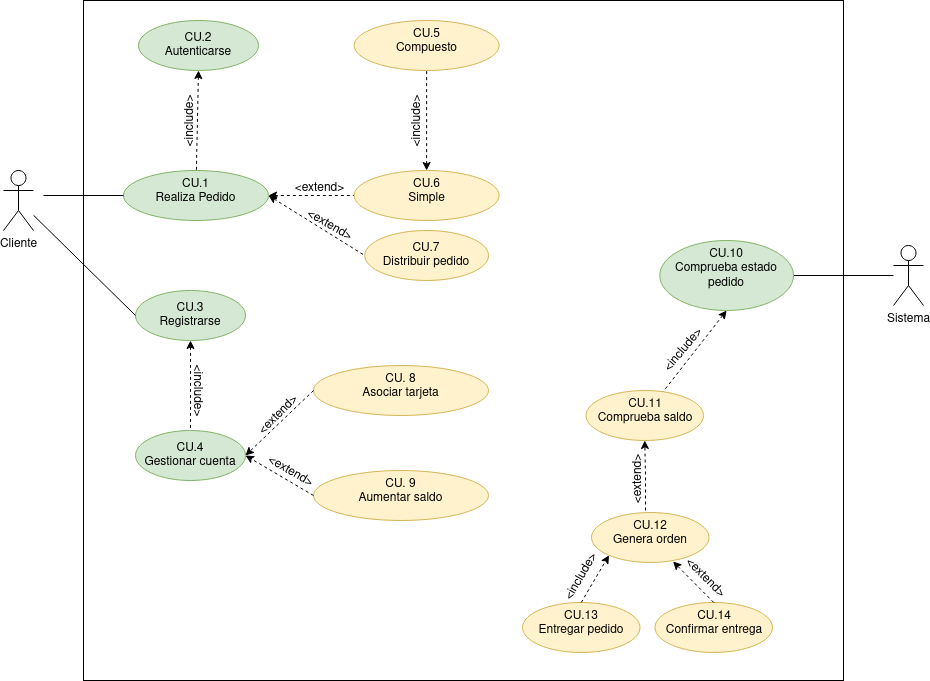
Above: Tareas/casosUso/Tarea5-Tienda Virtual/TiendaVirtual.drawio.png in colidom/ets (draw.io), before the change. Source tidied: cells renumbered, new cells last; positions are measured from the earlier drawing's top-left corner, leaving out a move shared by most shapes.
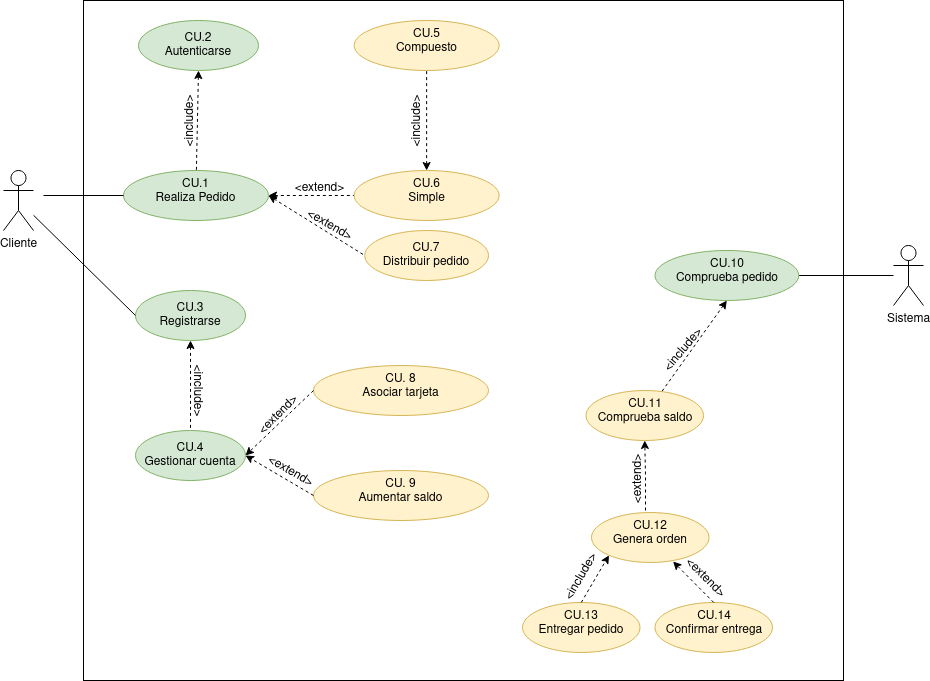
Later version of the same file.

Diff of the diagram source:
```diff
@@ -87,8 +87,8 @@
     <mxCell id="28" style="edgeStyle=none;rounded=0;jettySize=auto;html=1;dashed=1;startArrow=classic;startFill=1;endArrow=none;endFill=0;exitX=0.5;exitY=1;exitDx=0;exitDy=0;" parent="1" edge="1" source="29" target="30">
       <mxGeometry relative="1" as="geometry" />
     </mxCell>
-    <mxCell id="29" value="CU.10&lt;br&gt;Comprueba estado pedido" style="ellipse;whiteSpace=wrap;html=1;verticalAlign=top;fillColor=#d5e8d4;strokeColor=#82b366;" parent="1" vertex="1">
-      <mxGeometry x="656.2" y="240" width="133.8" height="70" as="geometry" />
+    <mxCell id="29" value="CU.10&lt;br&gt;Comprueba pedido" style="ellipse;whiteSpace=wrap;html=1;verticalAlign=top;fillColor=#d5e8d4;strokeColor=#82b366;" parent="1" vertex="1">
+      <mxGeometry x="651.5" y="250" width="143.8" height="50" as="geometry" />
     </mxCell>
     <mxCell id="30" value="CU.11&lt;br&gt;Comprueba saldo" style="ellipse;whiteSpace=wrap;html=1;verticalAlign=top;fillColor=#fff2cc;strokeColor=#d6b656;" parent="1" vertex="1">
       <mxGeometry x="582.5" y="390" width="117.5" height="50" as="geometry" />
```
